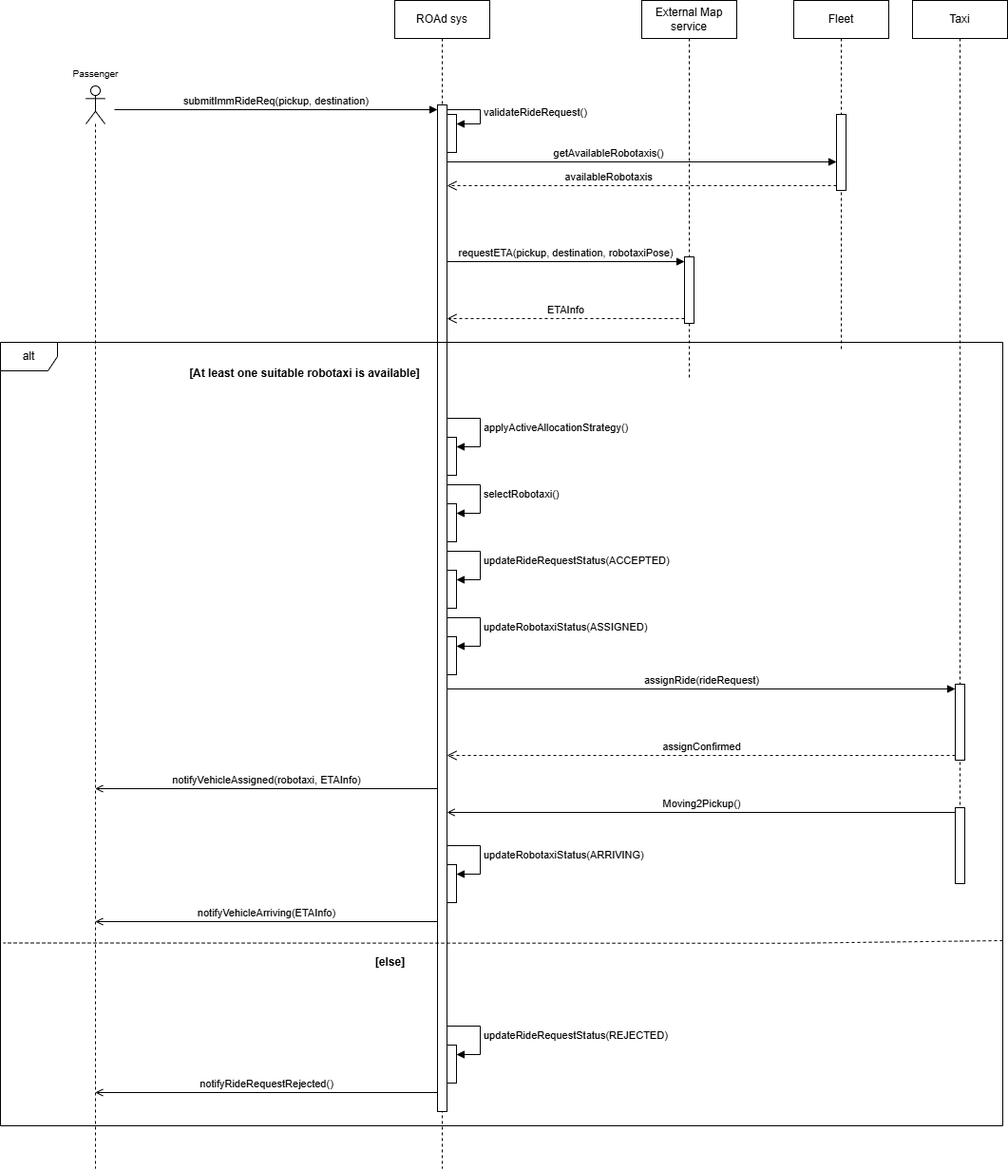
This is RASD/diagrams/sequence_diagrams/immediate_ride_request.png from meggie-0/SE4A_ROAd_MargheritaBertipaglia_DavidCazzaniga_PasqualeIgnarra_Project, a draw.io export, as it was before one commit. Source tidied: cells renumbered, new cells last; positions are measured from the earlier drawing's top-left corner, leaving out a move shared by most shapes.
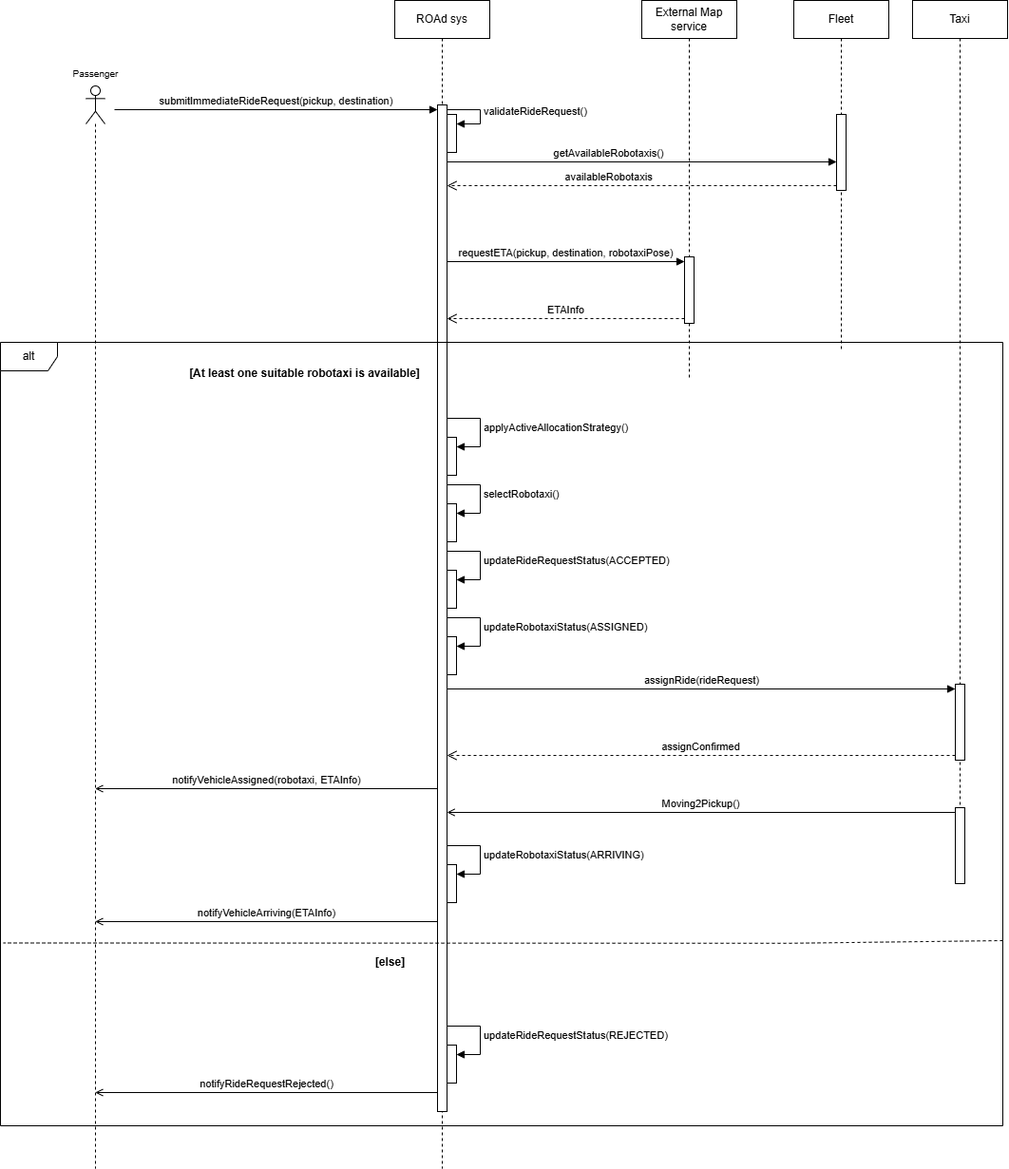
After the commit.

Commit message:
[RASD] Updated immediate_ride_request diagram

Diff of the diagram source:
```diff
@@ -26,7 +26,7 @@
     <mxCell id="9" value="&lt;div&gt;&lt;br&gt;&lt;/div&gt;&lt;div&gt;&lt;br&gt;&lt;/div&gt;&lt;div&gt;&lt;br&gt;&lt;/div&gt;&lt;div&gt;&lt;br&gt;&lt;/div&gt;&lt;div&gt;&lt;br&gt;&lt;/div&gt;&lt;div&gt;&lt;br&gt;&lt;/div&gt;" style="html=1;points=[[0,0,0,0,5],[0,1,0,0,-5],[1,0,0,0,5],[1,1,0,0,-5]];perimeter=orthogonalPerimeter;outlineConnect=0;targetShapes=umlLifeline;portConstraint=eastwest;newEdgeStyle={&quot;curved&quot;:0,&quot;rounded&quot;:0};" parent="1" vertex="1">
       <mxGeometry x="460" y="110" width="10" height="1060" as="geometry" />
     </mxCell>
-    <mxCell id="10" value="submitImmRideReq(pickup, destination)" style="html=1;verticalAlign=bottom;endArrow=block;curved=0;rounded=0;entryX=0;entryY=0;entryDx=0;entryDy=5;" parent="1" edge="1" target="9">
+    <mxCell id="10" value="submitImmediateRideRequest(pickup, destination)" style="html=1;verticalAlign=bottom;endArrow=block;curved=0;rounded=0;entryX=0;entryY=0;entryDx=0;entryDy=5;" parent="1" edge="1" target="9">
       <mxGeometry relative="1" as="geometry">
         <mxPoint x="120" y="115" as="sourcePoint" />
       </mxGeometry>
```
